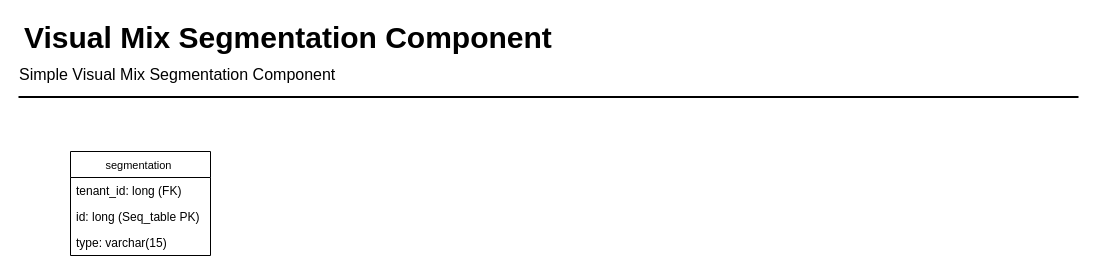
Above: segmentation-component.drawio in Wiu0/diagram (draw.io), before the change. Source tidied: cells renumbered, new cells numbered last; positions are measured from the earlier drawing's top-left corner, leaving out a move shared by most shapes. Both pictures are drawn from the tidied source at 100%, with x=0, y=0 at pixel (17, 16).
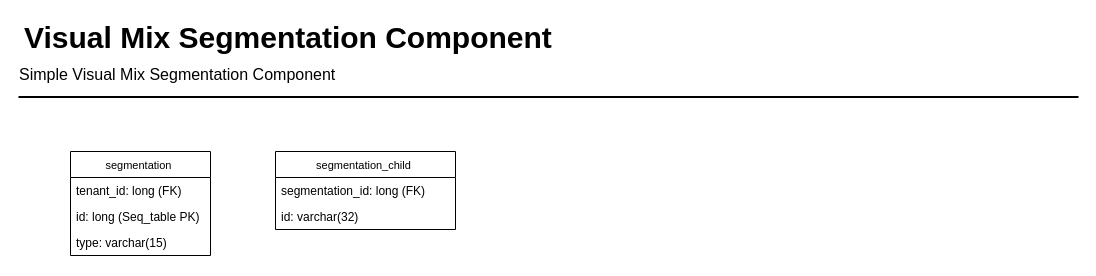
Above is the later version.

What changed in the source:
```diff
@@
 <mxGraphModel>
   <root>
     <mxCell id="0" />
     <mxCell id="1" parent="0" />
     <mxCell id="2" value="Visual Mix Segmentation Component" style="text;html=1;align=left;verticalAlign=top;spacingTop=-4;fontSize=30;fontStyle=1;" parent="1" vertex="1">
       <mxGeometry x="5" y="0.5" width="540" height="40" as="geometry" />
     </mxCell>
     <mxCell id="3" style="line;strokeWidth=2;html=1;fontSize=14;" parent="1" vertex="1">
       <mxGeometry x="1" y="75.5" width="1060" height="10" as="geometry" />
     </mxCell>
     <mxCell id="4" value="Simple Visual Mix Segmentation Component" style="text;html=1;align=left;verticalAlign=top;spacingTop=-4;fontSize=16;" parent="1" vertex="1">
       <mxGeometry y="45.5" width="330" height="25" as="geometry" />
     </mxCell>
     <mxCell id="5" value="segmentation " style="swimlane;fontStyle=0;horizontal=1;startSize=26;fillColor=none;fontSize=11;align=center;html=0;" parent="1" vertex="1">
       <mxGeometry x="53" y="135" width="140" height="104" as="geometry" />
     </mxCell>
     <mxCell id="6" value="tenant_id: long (FK)" style="text;strokeColor=none;fillColor=none;align=left;verticalAlign=top;spacingLeft=4;spacingRight=4;overflow=hidden;" parent="5" vertex="1">
       <mxGeometry y="26" width="140" height="26" as="geometry" />
     </mxCell>
     <mxCell id="7" value="id: long (Seq_table PK)" style="text;strokeColor=none;fillColor=none;align=left;verticalAlign=top;spacingLeft=4;spacingRight=4;overflow=hidden;" parent="5" vertex="1">
       <mxGeometry y="52" width="140" height="26" as="geometry" />
     </mxCell>
     <mxCell id="8" value="type: varchar(15)&#10;" style="text;strokeColor=none;fillColor=none;align=left;verticalAlign=top;spacingLeft=4;spacingRight=4;overflow=hidden;" parent="5" vertex="1">
       <mxGeometry y="78" width="140" height="26" as="geometry" />
     </mxCell>
+    <mxCell id="9" value="segmentation_child " style="swimlane;fontStyle=0;horizontal=1;startSize=26;fillColor=none;fontSize=11;align=center;html=0;" parent="1" vertex="1">
+      <mxGeometry x="258" y="135" width="180" height="78" as="geometry" />
+    </mxCell>
+    <mxCell id="10" value="segmentation_id: long (FK)" style="text;strokeColor=none;fillColor=none;align=left;verticalAlign=top;spacingLeft=4;spacingRight=4;overflow=hidden;" parent="9" vertex="1">
+      <mxGeometry y="26" width="180" height="26" as="geometry" />
+    </mxCell>
+    <mxCell id="11" value="id: varchar(32)&#10;" style="text;strokeColor=none;fillColor=none;align=left;verticalAlign=top;spacingLeft=4;spacingRight=4;overflow=hidden;" parent="9" vertex="1">
+      <mxGeometry y="52" width="180" height="26" as="geometry" />
+    </mxCell>
   </root>
 </mxGraphModel>
```
